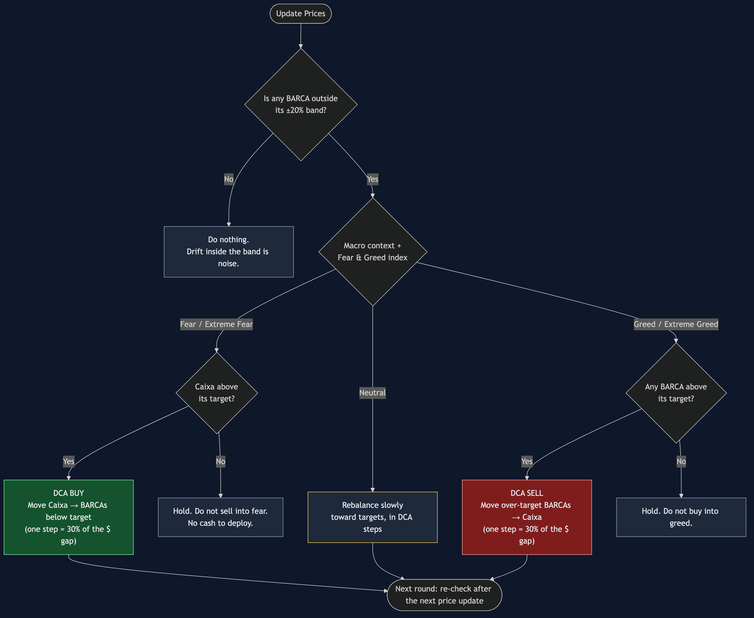
Before: docs/barca-decision.png, a diagram exported from Mermaid (rchau73/crypto_management). Its source is kept beside it as docs/barca-decision.mmd. The source it was exported from:
```mermaid
flowchart TD
    START(["Update Prices"]) --> BANDS{"Is any BARCA outside<br/>its ±20% band?"}
    BANDS -- "No" --> HOLD["Do nothing.<br/>Drift inside the band is noise."]
    BANDS -- "Yes" --> SENT{"Macro context +<br/>Fear & Greed index"}

    SENT -- "Fear / Extreme Fear" --> CAIXA_HIGH{"Caixa above<br/>its target?"}
    CAIXA_HIGH -- "Yes" --> BUY["DCA BUY<br/>Move Caixa → BARCAs below target<br/>(one step = 30% of the $ gap)"]
    CAIXA_HIGH -- "No" --> WAIT_FEAR["Hold. Do not sell into fear.<br/>No cash to deploy."]

    SENT -- "Neutral" --> NEUTRAL["Rebalance slowly<br/>toward targets, in DCA steps"]

    SENT -- "Greed / Extreme Greed" --> OVER{"Any BARCA above<br/>its target?"}
    OVER -- "Yes" --> SELL["DCA SELL<br/>Move over-target BARCAs → Caixa<br/>(one step = 30% of the $ gap)"]
    OVER -- "No" --> WAIT_GREED["Hold. Do not buy into greed."]

    BUY --> NEXT(["Next round: re-check after the next price update"])
    SELL --> NEXT
    NEUTRAL --> NEXT

    style BUY fill:#14532d,stroke:#86efac,color:#e5e7eb
    style SELL fill:#7f1d1d,stroke:#fca5a5,color:#e5e7eb
    style HOLD fill:#1e293b,stroke:#94a3b8,color:#e5e7eb
    style WAIT_FEAR fill:#1e293b,stroke:#94a3b8,color:#e5e7eb
    style WAIT_GREED fill:#1e293b,stroke:#94a3b8,color:#e5e7eb
    style NEUTRAL fill:#1e293b,stroke:#fcd34d,color:#e5e7eb
```
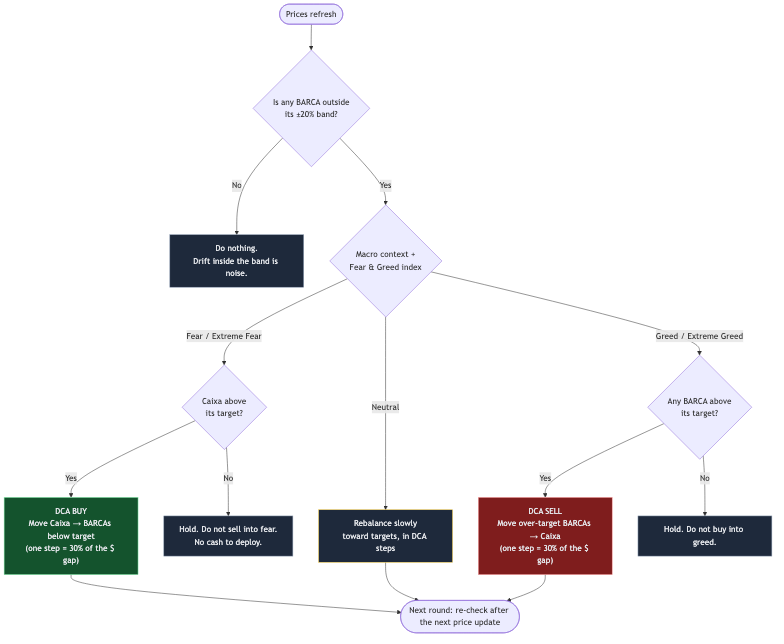
After the commit.

Diff of the diagram source:
```diff
@@ -1,5 +1,5 @@
 flowchart TD
-    START(["Update Prices"]) --> BANDS{"Is any BARCA outside<br/>its ±20% band?"}
+    START(["Prices refresh"]) --> BANDS{"Is any BARCA outside<br/>its ±20% band?"}
     BANDS -- "No" --> HOLD["Do nothing.<br/>Drift inside the band is noise."]
     BANDS -- "Yes" --> SENT{"Macro context +<br/>Fear & Greed index"}
 
```
